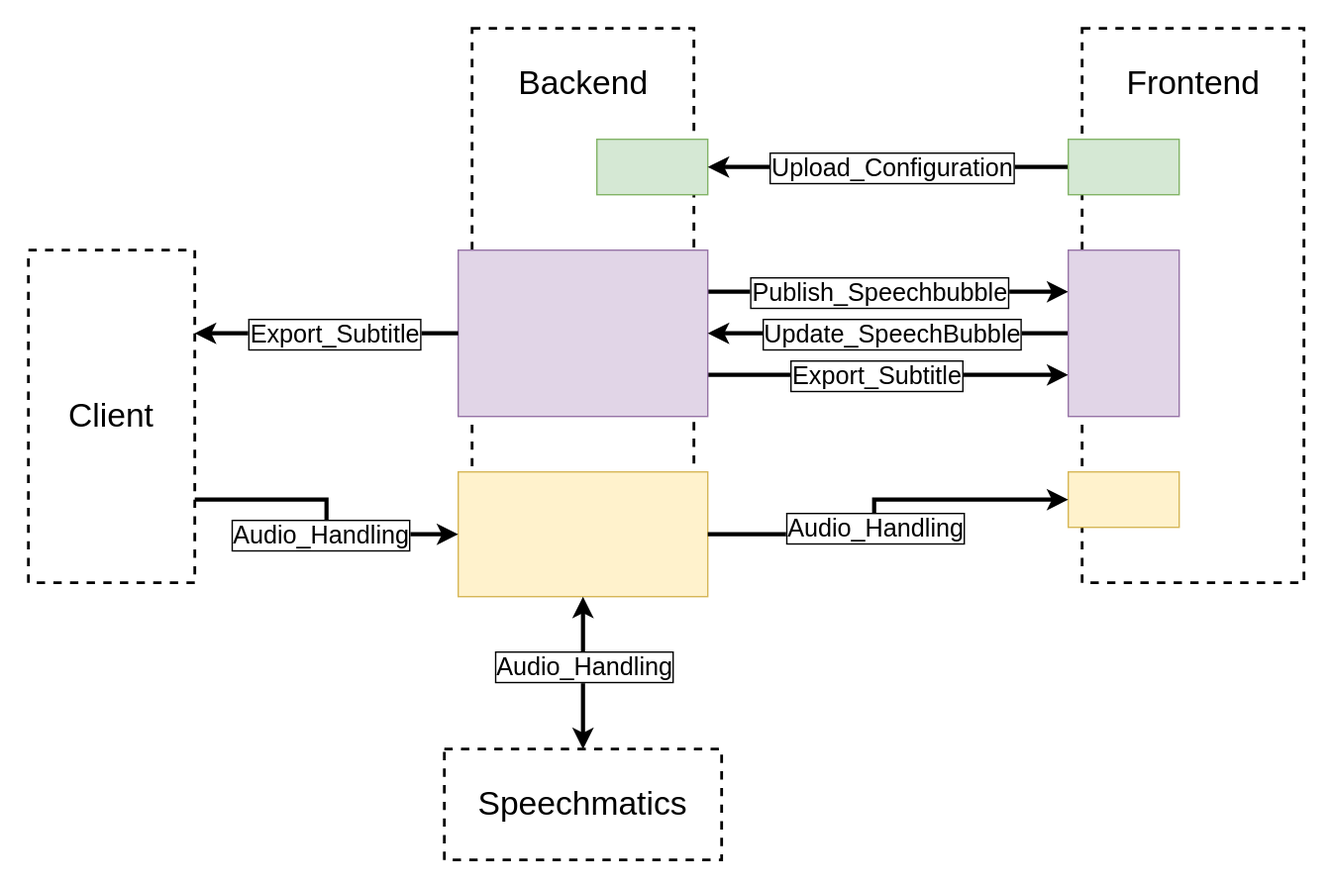
Before: TechnicalDocumentation/arc42/img/Process_Overview.drawio.svg, a diagram exported from draw.io (Subletic/Documentation). Source tidied: cells renumbered, new cells last; positions are measured from the earlier drawing's top-left corner, leaving out a move shared by most shapes. Its diagram source:
```xml
<mxGraphModel>
  <root>
    <mxCell id="0" />
    <mxCell id="1" parent="0" />
    <mxCell id="2" style="rounded=0;whiteSpace=wrap;html=1;strokeColor=none;" parent="1" vertex="1">
      <mxGeometry width="960" height="640" as="geometry" />
    </mxCell>
    <mxCell id="3" style="rounded=0;whiteSpace=wrap;html=1;fillColor=none;dashed=1;strokeWidth=2;" parent="1" vertex="1">
      <mxGeometry x="780" y="20" width="160" height="400" as="geometry" />
    </mxCell>
    <mxCell id="4" style="rounded=0;whiteSpace=wrap;html=1;fillColor=none;dashed=1;strokeWidth=2;" parent="1" vertex="1">
      <mxGeometry x="340" y="20" width="160" height="400" as="geometry" />
    </mxCell>
    <mxCell id="5" style="edgeStyle=orthogonalEdgeStyle;rounded=0;jettySize=auto;html=1;exitX=1;exitY=0.25;exitDx=0;exitDy=0;entryX=0;entryY=0.25;entryDx=0;entryDy=0;strokeWidth=3;" parent="1" edge="1" source="9" target="12">
      <mxGeometry relative="1" as="geometry" />
    </mxCell>
    <mxCell id="6" value="Publish_Speechbubble" style="edgeLabel;html=1;align=center;verticalAlign=middle;spacingLeft=0;spacing=3;fontSize=18;labelBorderColor=default;" parent="5" vertex="1">
      <mxGeometry x="0.13" relative="1" as="geometry">
        <mxPoint x="-24" as="offset" />
      </mxGeometry>
    </mxCell>
    <mxCell id="7" style="edgeStyle=orthogonalEdgeStyle;rounded=0;jettySize=auto;html=1;exitX=1;exitY=0.75;exitDx=0;exitDy=0;entryX=0;entryY=0.75;entryDx=0;entryDy=0;strokeWidth=3;" parent="1" edge="1" source="9" target="12">
      <mxGeometry relative="1" as="geometry" />
    </mxCell>
    <mxCell id="8" value="Export_Subtitle" style="edgeLabel;html=1;align=center;verticalAlign=middle;spacingLeft=0;spacing=3;fontSize=18;labelBorderColor=default;" parent="7" vertex="1">
      <mxGeometry x="0.18" relative="1" as="geometry">
        <mxPoint x="-32" as="offset" />
      </mxGeometry>
    </mxCell>
    <mxCell id="9" style="rounded=0;whiteSpace=wrap;html=1;fillColor=#e1d5e7;strokeColor=#9673a6;" parent="1" vertex="1">
      <mxGeometry x="330" y="180" width="180" height="120" as="geometry" />
    </mxCell>
    <mxCell id="10" style="edgeStyle=orthogonalEdgeStyle;rounded=0;jettySize=auto;html=1;exitX=0;exitY=0.5;exitDx=0;exitDy=0;entryX=1;entryY=0.5;entryDx=0;entryDy=0;fontSize=12;strokeWidth=3;" parent="1" edge="1" source="12" target="9">
      <mxGeometry relative="1" as="geometry" />
    </mxCell>
    <mxCell id="11" value="Update_SpeechBubble" style="edgeLabel;html=1;align=center;verticalAlign=middle;spacingLeft=0;spacing=3;fontSize=18;labelBorderColor=default;" parent="10" vertex="1">
      <mxGeometry x="0.04" relative="1" as="geometry">
        <mxPoint x="7" as="offset" />
      </mxGeometry>
    </mxCell>
    <mxCell id="12" style="rounded=0;whiteSpace=wrap;html=1;fillColor=#e1d5e7;strokeColor=#9673a6;" parent="1" vertex="1">
      <mxGeometry x="770" y="180" width="80" height="120" as="geometry" />
    </mxCell>
    <mxCell id="13" style="rounded=0;whiteSpace=wrap;html=1;fillColor=#fff2cc;strokeColor=#d6b656;" parent="1" vertex="1">
      <mxGeometry x="330" y="340" width="180" height="90" as="geometry" />
    </mxCell>
    <mxCell id="14" style="rounded=0;whiteSpace=wrap;html=1;fillColor=#d5e8d4;strokeColor=#82b366;" parent="1" vertex="1">
      <mxGeometry x="430" y="100" width="80" height="40" as="geometry" />
    </mxCell>
    <mxCell id="15" style="rounded=0;whiteSpace=wrap;html=1;fillColor=#fff2cc;strokeColor=#d6b656;" parent="1" vertex="1">
      <mxGeometry x="770" y="340" width="80" height="40" as="geometry" />
    </mxCell>
    <mxCell id="16" style="edgeStyle=orthogonalEdgeStyle;rounded=0;jettySize=auto;html=1;exitX=0;exitY=0.5;exitDx=0;exitDy=0;entryX=1;entryY=0.5;entryDx=0;entryDy=0;strokeWidth=3;" parent="1" edge="1" source="18" target="14">
      <mxGeometry relative="1" as="geometry" />
    </mxCell>
    <mxCell id="17" value="Upload_Configuration" style="edgeLabel;html=1;align=center;verticalAlign=middle;labelBorderColor=default;fontSize=18;" parent="16" vertex="1">
      <mxGeometry x="0.07" y="1" relative="1" as="geometry">
        <mxPoint x="11" y="-1" as="offset" />
      </mxGeometry>
    </mxCell>
    <mxCell id="18" style="rounded=0;whiteSpace=wrap;html=1;fillColor=#d5e8d4;strokeColor=#82b366;" parent="1" vertex="1">
      <mxGeometry x="770" y="100" width="80" height="40" as="geometry" />
    </mxCell>
    <mxCell id="19" value="Backend" style="text;html=1;align=center;verticalAlign=middle;strokeColor=none;fillColor=none;fontSize=24;rotation=0;" parent="1" vertex="1">
      <mxGeometry x="360" y="40" width="120" height="40" as="geometry" />
    </mxCell>
    <mxCell id="20" value="Frontend" style="text;html=1;align=center;verticalAlign=middle;strokeColor=none;fillColor=none;fontSize=24;rotation=0;" parent="1" vertex="1">
      <mxGeometry x="800" y="40" width="120" height="40" as="geometry" />
    </mxCell>
    <mxCell id="21" value="Speechmatics" style="rounded=0;whiteSpace=wrap;html=1;fillColor=none;dashed=1;strokeWidth=2;fontSize=24;" parent="1" vertex="1">
      <mxGeometry x="320" y="540" width="200" height="80" as="geometry" />
    </mxCell>
    <mxCell id="22" style="edgeStyle=orthogonalEdgeStyle;rounded=0;jettySize=auto;html=1;entryX=0.5;entryY=0;entryDx=0;entryDy=0;strokeWidth=3;startArrow=classic;startFill=1;" parent="1" edge="1" source="13" target="21">
      <mxGeometry relative="1" as="geometry" />
    </mxCell>
    <mxCell id="23" value="Audio_Handling" style="edgeLabel;html=1;align=center;verticalAlign=middle;fontSize=18;fontStyle=0;labelBorderColor=default;" parent="22" vertex="1">
      <mxGeometry x="0.41" relative="1" as="geometry">
        <mxPoint y="-27" as="offset" />
      </mxGeometry>
    </mxCell>
    <mxCell id="24" style="edgeStyle=orthogonalEdgeStyle;rounded=0;jettySize=auto;html=1;entryX=0;entryY=0.5;entryDx=0;entryDy=0;strokeWidth=3;startArrow=none;startFill=0;exitX=1;exitY=0.5;exitDx=0;exitDy=0;" parent="1" edge="1" source="13" target="15">
      <mxGeometry relative="1" as="geometry">
        <Array as="points">
          <mxPoint x="630" y="385" />
          <mxPoint x="630" y="360" />
        </Array>
      </mxGeometry>
    </mxCell>
    <mxCell id="25" value="Audio_Handling" style="edgeLabel;html=1;align=center;verticalAlign=middle;fontSize=18;labelBorderColor=default;" parent="24" vertex="1">
      <mxGeometry x="0.01" y="1" relative="1" as="geometry">
        <mxPoint x="1" y="19" as="offset" />
      </mxGeometry>
    </mxCell>
    <mxCell id="26" value="&lt;font style=&quot;font-size: 24px;&quot;&gt;Client&lt;/font&gt;" style="rounded=0;whiteSpace=wrap;html=1;fillColor=none;dashed=1;strokeWidth=2;fontSize=18;" parent="1" vertex="1">
      <mxGeometry x="20" y="180" width="120" height="240" as="geometry" />
    </mxCell>
    <mxCell id="27" style="edgeStyle=orthogonalEdgeStyle;rounded=0;jettySize=auto;html=1;entryX=1;entryY=0.25;entryDx=0;entryDy=0;strokeWidth=3;exitX=0;exitY=0.5;exitDx=0;exitDy=0;" parent="1" edge="1" source="9" target="26">
      <mxGeometry relative="1" as="geometry" />
    </mxCell>
    <mxCell id="28" value="Export_Subtitle" style="edgeLabel;html=1;align=center;verticalAlign=middle;spacingLeft=0;spacing=3;fontSize=18;labelBorderColor=default;rotation=0;" parent="27" vertex="1">
      <mxGeometry x="0.18" relative="1" as="geometry">
        <mxPoint x="22" as="offset" />
      </mxGeometry>
    </mxCell>
    <mxCell id="29" style="edgeStyle=orthogonalEdgeStyle;rounded=0;jettySize=auto;html=1;entryX=1;entryY=0.75;entryDx=0;entryDy=0;strokeWidth=3;startArrow=classic;startFill=1;exitX=0;exitY=0.5;exitDx=0;exitDy=0;endArrow=none;endFill=0;" parent="1" edge="1" source="13" target="26">
      <mxGeometry relative="1" as="geometry" />
    </mxCell>
    <mxCell id="30" value="Audio_Handling" style="edgeLabel;html=1;align=center;verticalAlign=middle;fontSize=18;fontStyle=0;labelBorderColor=default;" parent="29" vertex="1">
      <mxGeometry x="0.41" relative="1" as="geometry">
        <mxPoint x="26" y="25" as="offset" />
      </mxGeometry>
    </mxCell>
  </root>
</mxGraphModel>
```
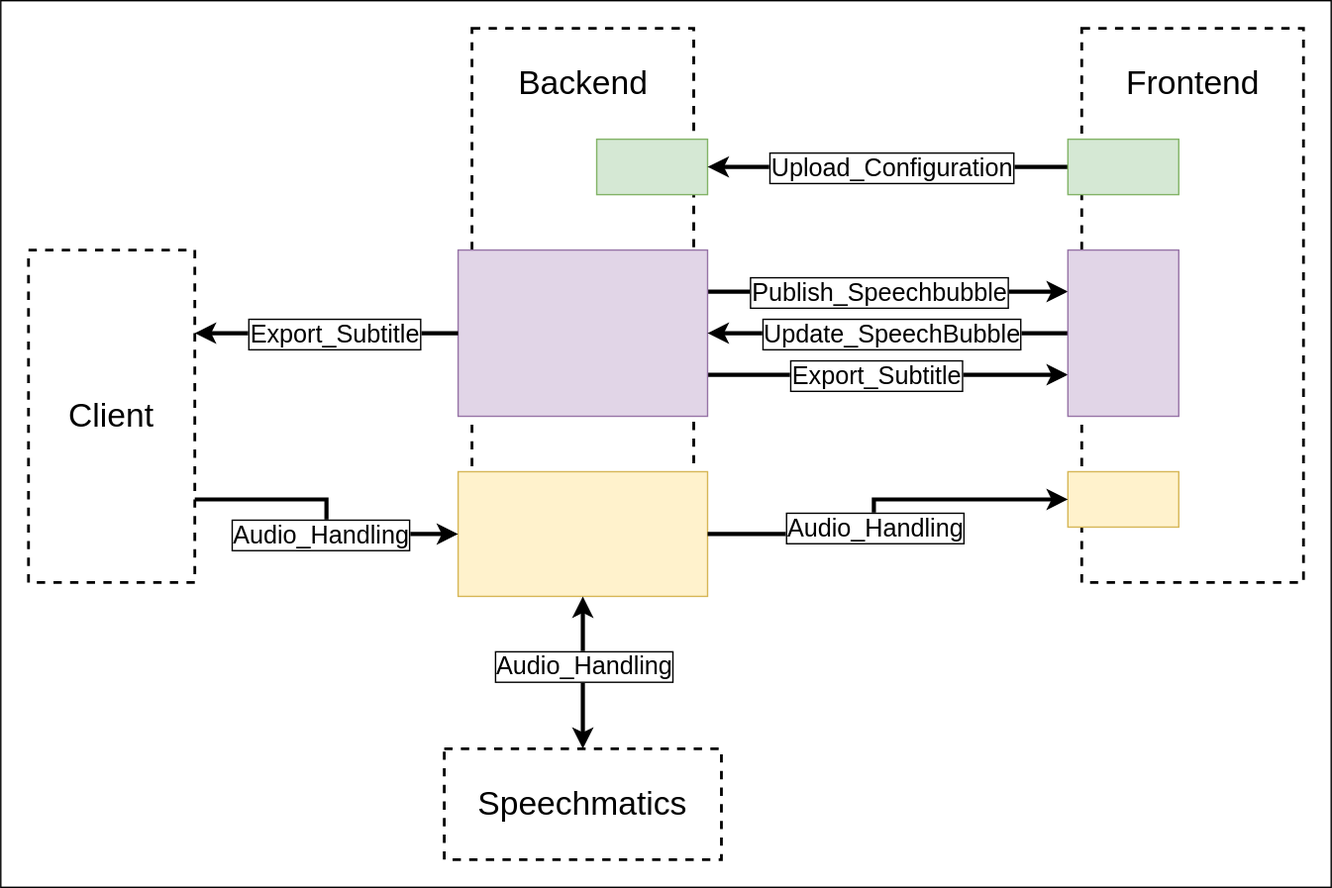
Above is the later version.

Diff of the diagram source:
```diff
@@ -2,7 +2,7 @@
   <root>
     <mxCell id="0" />
     <mxCell id="1" parent="0" />
-    <mxCell id="2" style="rounded=0;whiteSpace=wrap;html=1;strokeColor=none;" parent="1" vertex="1">
+    <mxCell id="2" style="rounded=0;whiteSpace=wrap;html=1;strokeColor=default;" parent="1" vertex="1">
       <mxGeometry width="960" height="640" as="geometry" />
     </mxCell>
     <mxCell id="3" style="rounded=0;whiteSpace=wrap;html=1;fillColor=none;dashed=1;strokeWidth=2;" parent="1" vertex="1">
```
